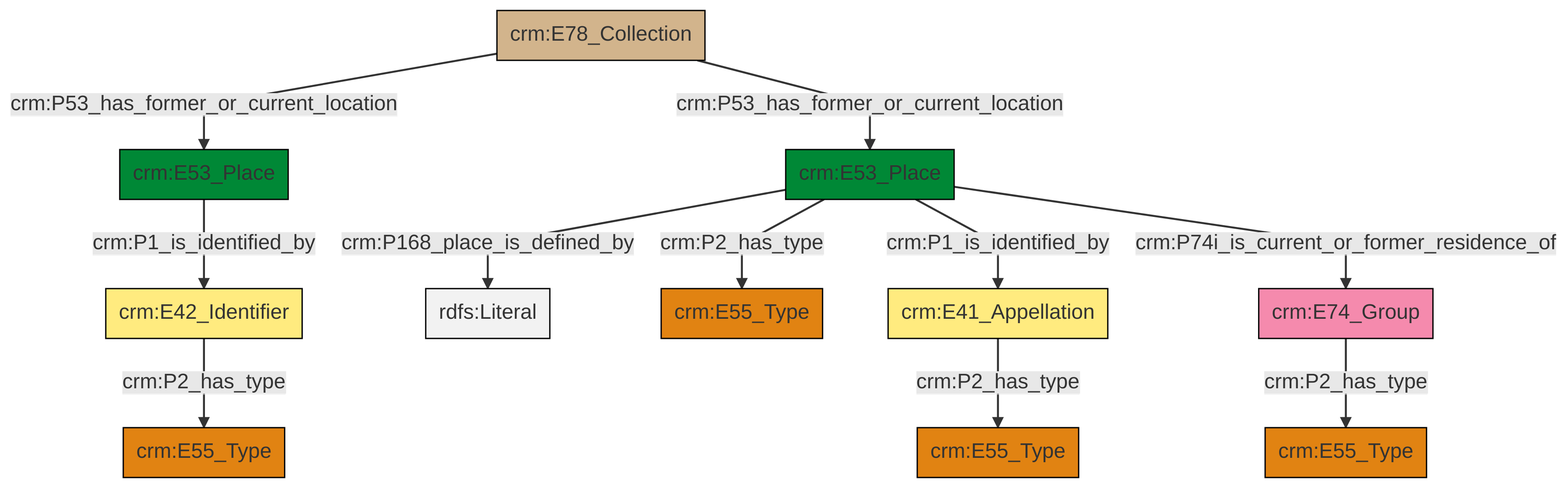
The Mermaid diagram et/archivalCSV/ttl/mmd/png/archival_location.png in swiss-art-research-net/docs.swissartresearch, before a commit. Its source is kept beside it as et/archivalCSV/ttl/mmd/archival_location.ttl.mmd.
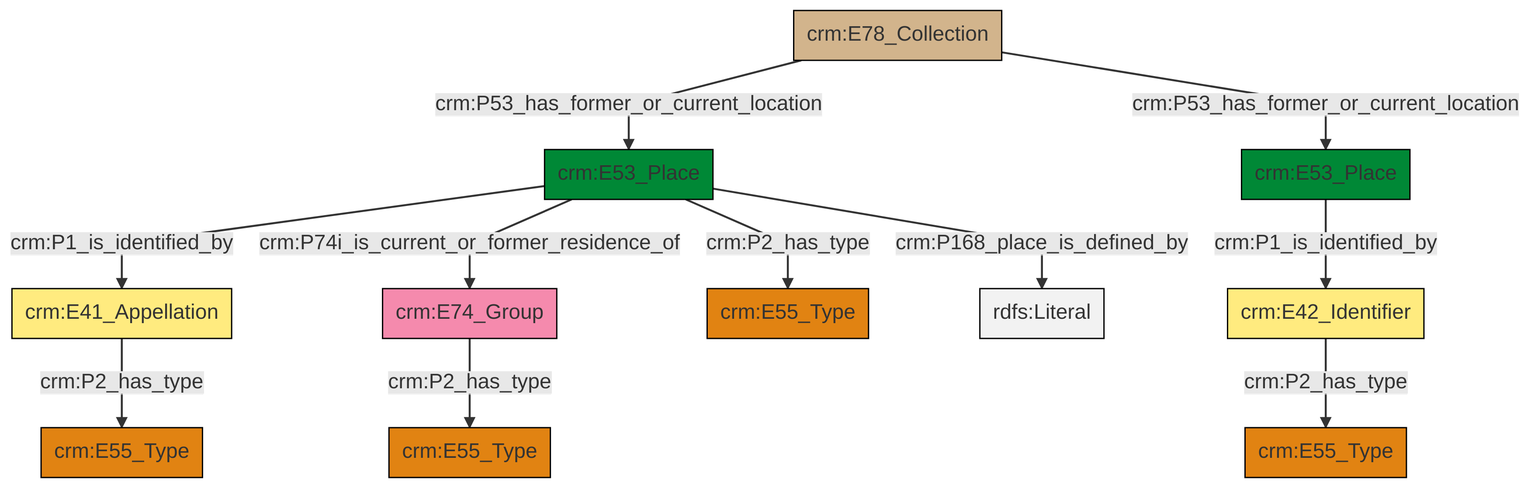
After the change.

Change to the diagram source:
```diff
@@ -13,13 +13,13 @@
 classDef PC_Classes fill:#4ce600, stroke:#000000;
 classDef Multi fill:#cccccc,stroke:#000000;
 
-0["crm:E78_Collection"]:::Physical_Thing -->|crm:P53_has_former_or_current_location| 1["crm:E53_Place"]:::Place
-2["crm:E53_Place"]:::Place -->|crm:P168_place_is_defined_by| 3[rdfs:Literal]:::Literal
-6["crm:E41_Appellation"]:::Appellation -->|crm:P2_has_type| 8["crm:E55_Type"]:::Type
-2["crm:E53_Place"]:::Place -->|crm:P2_has_type| 9["crm:E55_Type"]:::Type
-11["crm:E42_Identifier"]:::Appellation -->|crm:P2_has_type| 12["crm:E55_Type"]:::Type
-2["crm:E53_Place"]:::Place -->|crm:P1_is_identified_by| 6["crm:E41_Appellation"]:::Appellation
-2["crm:E53_Place"]:::Place -->|crm:P74i_is_current_or_former_residence_of| 14["crm:E74_Group"]:::Actor
-0["crm:E78_Collection"]:::Physical_Thing -->|crm:P53_has_former_or_current_location| 2["crm:E53_Place"]:::Place
-14["crm:E74_Group"]:::Actor -->|crm:P2_has_type| 4["crm:E55_Type"]:::Type
-1["crm:E53_Place"]:::Place -->|crm:P1_is_identified_by| 11["crm:E42_Identifier"]:::Appellation
+2["crm:E74_Group"]:::Actor -->|crm:P2_has_type| 3["crm:E55_Type"]:::Type
+8["crm:E53_Place"]:::Place -->|crm:P1_is_identified_by| 4["crm:E41_Appellation"]:::Appellation
+0["crm:E78_Collection"]:::Physical_Thing -->|crm:P53_has_former_or_current_location| 8["crm:E53_Place"]:::Place
+8["crm:E53_Place"]:::Place -->|crm:P2_has_type| 10["crm:E55_Type"]:::Type
+8["crm:E53_Place"]:::Place -->|crm:P168_place_is_defined_by| 17[rdfs:Literal]:::Literal
+0["crm:E78_Collection"]:::Physical_Thing -->|crm:P53_has_former_or_current_location| 11["crm:E53_Place"]:::Place
+11["crm:E53_Place"]:::Place -->|crm:P1_is_identified_by| 18["crm:E42_Identifier"]:::Appellation
+8["crm:E53_Place"]:::Place -->|crm:P74i_is_current_or_former_residence_of| 2["crm:E74_Group"]:::Actor
+4["crm:E41_Appellation"]:::Appellation -->|crm:P2_has_type| 6["crm:E55_Type"]:::Type
+18["crm:E42_Identifier"]:::Appellation -->|crm:P2_has_type| 13["crm:E55_Type"]:::Type
```
